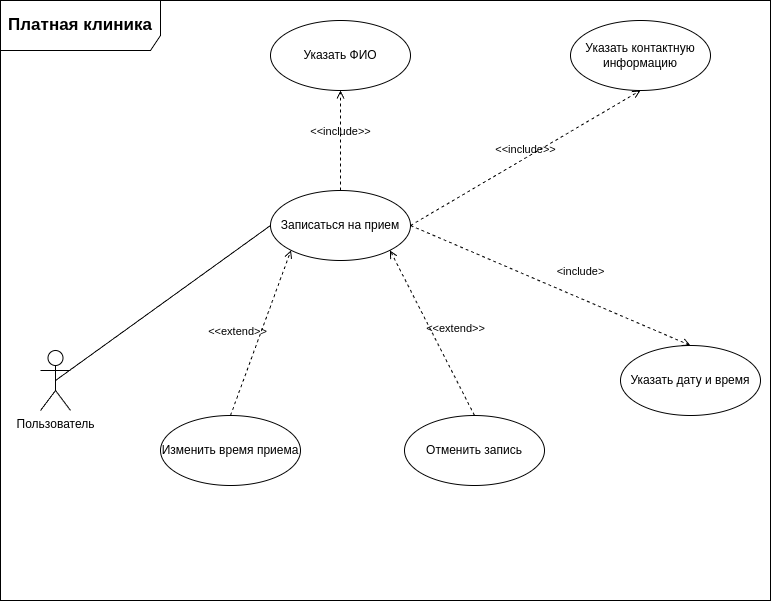
Above: lab3/paid_clinic.png in nedeadinside/oaoaoaoaoaoaoaoa (draw.io), before the change. Source tidied: cells renumbered, new cells last; positions are measured from the earlier drawing's top-left corner, leaving out a move shared by most shapes.
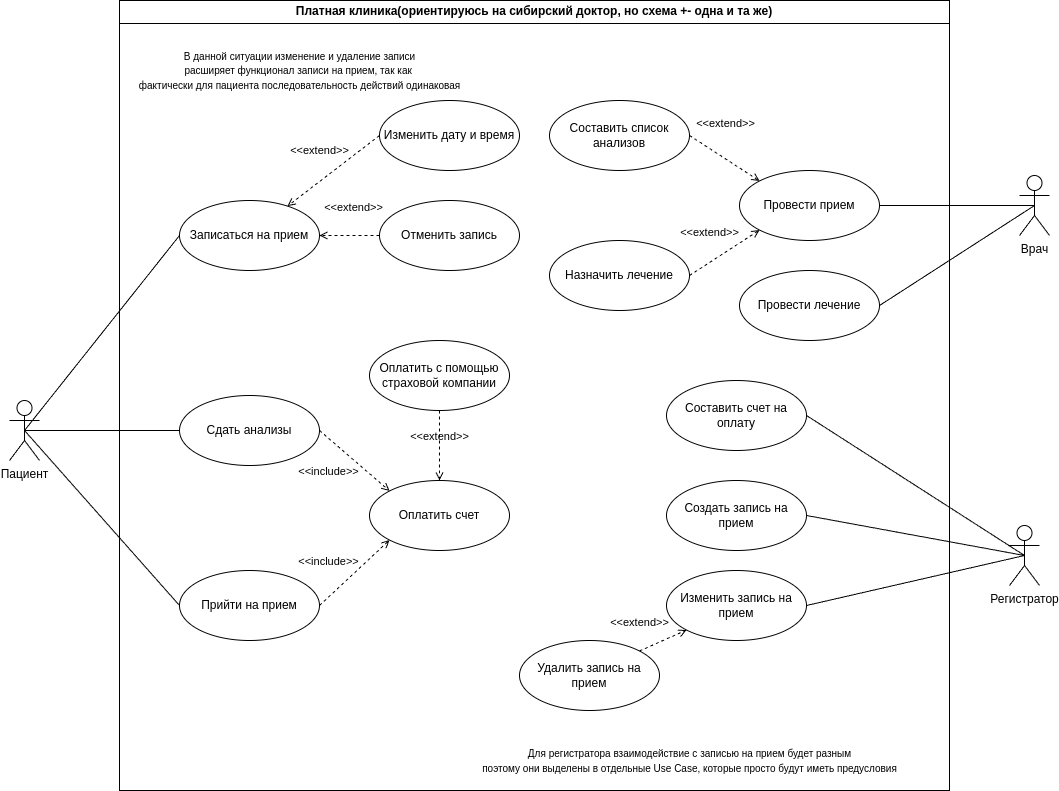
After the commit.

The edit, as a diff of the source:
```diff
@@ -2,50 +2,118 @@
   <root>
     <mxCell id="0" />
     <mxCell id="1" parent="0" />
-    <mxCell id="2" style="rounded=0;jettySize=auto;html=1;exitX=0.5;exitY=0.5;exitDx=0;exitDy=0;exitPerimeter=0;entryX=0;entryY=0.5;entryDx=0;entryDy=0;endArrow=none;endFill=0;" parent="1" edge="1" source="3" target="6">
-      <mxGeometry relative="1" as="geometry" />
-    </mxCell>
-    <mxCell id="3" value="Пользователь" style="shape=umlActor;verticalLabelPosition=bottom;verticalAlign=top;html=1;" parent="1" vertex="1">
-      <mxGeometry x="40" y="350" width="30" height="60" as="geometry" />
-    </mxCell>
-    <mxCell id="4" value="Изменить время приема" style="ellipse;whiteSpace=wrap;html=1;" parent="1" vertex="1">
-      <mxGeometry x="160" y="415" width="140" height="70" as="geometry" />
-    </mxCell>
+    <mxCell id="17" style="rounded=0;jettySize=auto;html=1;exitX=0.5;exitY=0.5;exitDx=0;exitDy=0;exitPerimeter=0;entryX=0;entryY=0.5;entryDx=0;entryDy=0;endArrow=none;endFill=0;" parent="1" edge="1" source="20" target="6">
+      <mxGeometry relative="1" as="geometry" />
+    </mxCell>
+    <mxCell id="18" style="rounded=0;jettySize=auto;html=1;exitX=0.5;exitY=0.5;exitDx=0;exitDy=0;exitPerimeter=0;entryX=0;entryY=0.5;entryDx=0;entryDy=0;endArrow=none;endFill=0;" parent="1" edge="1" source="20" target="28">
+      <mxGeometry relative="1" as="geometry" />
+    </mxCell>
+    <mxCell id="19" style="rounded=0;jettySize=auto;html=1;exitX=0.5;exitY=0.5;exitDx=0;exitDy=0;exitPerimeter=0;entryX=0;entryY=0.5;entryDx=0;entryDy=0;endArrow=none;endFill=0;" parent="1" edge="1" source="20" target="29">
+      <mxGeometry relative="1" as="geometry" />
+    </mxCell>
+    <mxCell id="20" value="Пациент" style="shape=umlActor;verticalLabelPosition=bottom;verticalAlign=top;html=1;" parent="1" vertex="1">
+      <mxGeometry x="20" y="490" width="30" height="60" as="geometry" />
+    </mxCell>
+    <mxCell id="21" style="rounded=0;jettySize=auto;html=1;exitX=0.5;exitY=0.5;exitDx=0;exitDy=0;exitPerimeter=0;entryX=1;entryY=0.5;entryDx=0;entryDy=0;endArrow=none;endFill=0;" parent="1" edge="1" source="24" target="46">
+      <mxGeometry relative="1" as="geometry" />
+    </mxCell>
+    <mxCell id="22" style="rounded=0;jettySize=auto;html=1;exitX=0.5;exitY=0.5;exitDx=0;exitDy=0;exitPerimeter=0;entryX=1;entryY=0.5;entryDx=0;entryDy=0;endArrow=none;endFill=0;" parent="1" edge="1" source="24" target="47">
+      <mxGeometry relative="1" as="geometry" />
+    </mxCell>
+    <mxCell id="23" style="rounded=0;jettySize=auto;html=1;exitX=0.5;exitY=0.5;exitDx=0;exitDy=0;exitPerimeter=0;entryX=1;entryY=0.5;entryDx=0;entryDy=0;endArrow=none;endFill=0;" parent="1" edge="1" source="24" target="50">
+      <mxGeometry relative="1" as="geometry" />
+    </mxCell>
+    <mxCell id="24" value="Регистратор" style="shape=umlActor;verticalLabelPosition=bottom;verticalAlign=top;html=1;" parent="1" vertex="1">
+      <mxGeometry x="1020" y="615" width="30" height="60" as="geometry" />
+    </mxCell>
+    <mxCell id="25" style="rounded=0;jettySize=auto;html=1;exitX=0.5;exitY=0.5;exitDx=0;exitDy=0;exitPerimeter=0;entryX=1;entryY=0.5;entryDx=0;entryDy=0;endArrow=none;endFill=0;" parent="1" edge="1" source="27" target="44">
+      <mxGeometry relative="1" as="geometry" />
+    </mxCell>
+    <mxCell id="26" style="rounded=0;jettySize=auto;html=1;exitX=0.5;exitY=0.5;exitDx=0;exitDy=0;exitPerimeter=0;entryX=1;entryY=0.5;entryDx=0;entryDy=0;endArrow=none;endFill=0;" parent="1" edge="1" source="27" target="41">
+      <mxGeometry relative="1" as="geometry" />
+    </mxCell>
+    <mxCell id="27" value="Врач" style="shape=umlActor;verticalLabelPosition=bottom;verticalAlign=top;html=1;" parent="1" vertex="1">
+      <mxGeometry x="1030" y="265" width="30" height="60" as="geometry" />
+    </mxCell>
+    <mxCell id="6" value="Записаться на прием" style="ellipse;whiteSpace=wrap;html=1;" parent="1" vertex="1">
+      <mxGeometry x="190" y="290" width="140" height="70" as="geometry" />
+    </mxCell>
+    <mxCell id="28" value="Сдать анализы" style="ellipse;whiteSpace=wrap;html=1;" parent="1" vertex="1">
+      <mxGeometry x="190" y="485" width="140" height="70" as="geometry" />
+    </mxCell>
+    <mxCell id="29" value="Прийти на прием" style="ellipse;whiteSpace=wrap;html=1;" parent="1" vertex="1">
+      <mxGeometry x="190" y="660" width="140" height="70" as="geometry" />
+    </mxCell>
+    <mxCell id="30" value="Изменить дату и время" style="ellipse;whiteSpace=wrap;html=1;" parent="1" vertex="1">
+      <mxGeometry x="390" y="190" width="140" height="70" as="geometry" />
+    </mxCell>
     <mxCell id="5" value="Отменить запись" style="ellipse;whiteSpace=wrap;html=1;" parent="1" vertex="1">
-      <mxGeometry x="404" y="415" width="140" height="70" as="geometry" />
+      <mxGeometry x="390" y="290" width="140" height="70" as="geometry" />
     </mxCell>
-    <mxCell id="6" value="Записаться на прием" style="ellipse;whiteSpace=wrap;html=1;" parent="1" vertex="1">
-      <mxGeometry x="270" y="190" width="140" height="70" as="geometry" />
-    </mxCell>
-    <mxCell id="7" value="Указать дату и время" style="ellipse;whiteSpace=wrap;html=1;" parent="1" vertex="1">
-      <mxGeometry x="620" y="345" width="140" height="70" as="geometry" />
-    </mxCell>
-    <mxCell id="8" value="Указать контактную информацию" style="ellipse;whiteSpace=wrap;html=1;" parent="1" vertex="1">
-      <mxGeometry x="570" y="20" width="140" height="70" as="geometry" />
-    </mxCell>
-    <mxCell id="9" value="Указать ФИО" style="ellipse;whiteSpace=wrap;html=1;" parent="1" vertex="1">
-      <mxGeometry x="270" y="20" width="140" height="70" as="geometry" />
-    </mxCell>
-    <mxCell id="10" value="&amp;lt;&amp;lt;include&amp;gt;&amp;gt;" style="html=1;verticalAlign=bottom;labelBackgroundColor=none;endArrow=open;endFill=0;dashed=1;rounded=0;exitX=0.5;exitY=0;exitDx=0;exitDy=0;entryX=0.5;entryY=1;entryDx=0;entryDy=0;" parent="1" edge="1" source="6" target="9">
-      <mxGeometry relative="1" as="geometry" />
-    </mxCell>
-    <mxCell id="11" value="&amp;lt;&amp;lt;include&amp;gt;&amp;gt;" style="html=1;verticalAlign=bottom;labelBackgroundColor=none;endArrow=open;endFill=0;dashed=1;rounded=0;exitX=1;exitY=0.5;exitDx=0;exitDy=0;entryX=0.5;entryY=1;entryDx=0;entryDy=0;" parent="1" edge="1" source="6" target="8">
-      <mxGeometry relative="1" as="geometry" />
-    </mxCell>
-    <mxCell id="12" value="&amp;lt;include&amp;gt;" style="html=1;verticalAlign=bottom;labelBackgroundColor=none;endArrow=open;endFill=0;dashed=1;rounded=0;exitX=1;exitY=0.5;exitDx=0;exitDy=0;entryX=0.5;entryY=0;entryDx=0;entryDy=0;" parent="1" edge="1" source="6" target="7">
-      <mxGeometry x="0.17" y="16" relative="1" as="geometry" />
-    </mxCell>
-    <mxCell id="13" style="edgeStyle=orthogonalEdgeStyle;rounded=0;orthogonalLoop=1;jettySize=auto;html=1;exitX=0.5;exitY=1;exitDx=0;exitDy=0;" parent="1" edge="1" source="5" target="5">
-      <mxGeometry relative="1" as="geometry" />
-    </mxCell>
-    <mxCell id="14" value="&amp;lt;&amp;lt;extend&amp;gt;&amp;gt;" style="html=1;verticalAlign=bottom;labelBackgroundColor=none;endArrow=open;endFill=0;dashed=1;rounded=0;exitX=0.5;exitY=0;exitDx=0;exitDy=0;entryX=0;entryY=1;entryDx=0;entryDy=0;" parent="1" edge="1" source="4" target="6">
-      <mxGeometry x="-0.17" y="19" relative="1" as="geometry" />
-    </mxCell>
+    <mxCell id="31" value="&amp;lt;&amp;lt;extend&amp;gt;&amp;gt;" style="html=1;verticalAlign=bottom;labelBackgroundColor=none;endArrow=open;endFill=0;dashed=1;rounded=0;exitX=0;exitY=0.5;exitDx=0;exitDy=0;" parent="1" edge="1" source="30" target="6">
+      <mxGeometry x="0.08" y="-17" relative="1" as="geometry" />
+    </mxCell>
-    <mxCell id="15" value="&amp;lt;&amp;lt;extend&amp;gt;&amp;gt;" style="html=1;verticalAlign=bottom;labelBackgroundColor=none;endArrow=open;endFill=0;dashed=1;rounded=0;exitX=0.5;exitY=0;exitDx=0;exitDy=0;entryX=1;entryY=1;entryDx=0;entryDy=0;" parent="1" edge="1" source="5" target="6">
-      <mxGeometry x="-0.16" y="-18" relative="1" as="geometry" />
+    <mxCell id="15" value="&amp;lt;&amp;lt;extend&amp;gt;&amp;gt;" style="html=1;verticalAlign=bottom;labelBackgroundColor=none;endArrow=open;endFill=0;dashed=1;rounded=0;exitX=0;exitY=0.5;exitDx=0;exitDy=0;entryX=1;entryY=0.5;entryDx=0;entryDy=0;" parent="1" edge="1" source="5" target="6">
+      <mxGeometry x="-0.15" y="-19" relative="1" as="geometry" />
     </mxCell>
-    <mxCell id="16" value="&lt;font style=&quot;font-size: 17px;&quot;&gt;&lt;b&gt;Платная клиника&lt;/b&gt;&lt;/font&gt;" style="shape=umlFrame;whiteSpace=wrap;html=1;width=160;height=50;" parent="1" vertex="1">
-      <mxGeometry width="770" height="600" as="geometry" />
-    </mxCell>
+    <mxCell id="32" value="Оплатить счет" style="ellipse;whiteSpace=wrap;html=1;" parent="1" vertex="1">
+      <mxGeometry x="380" y="570" width="140" height="70" as="geometry" />
+    </mxCell>
+    <mxCell id="33" value="&amp;lt;&amp;lt;include&amp;gt;&amp;gt;" style="html=1;verticalAlign=bottom;labelBackgroundColor=none;endArrow=open;endFill=0;dashed=1;rounded=0;entryX=0;entryY=0;entryDx=0;entryDy=0;exitX=1;exitY=0.5;exitDx=0;exitDy=0;" parent="1" edge="1" source="28" target="32">
+      <mxGeometry x="-0.14" y="-32" relative="1" as="geometry" />
+    </mxCell>
+    <mxCell id="34" value="&amp;lt;&amp;lt;include&amp;gt;&amp;gt;" style="html=1;verticalAlign=bottom;labelBackgroundColor=none;endArrow=open;endFill=0;dashed=1;rounded=0;entryX=0;entryY=1;entryDx=0;entryDy=0;exitX=1;exitY=0.5;exitDx=0;exitDy=0;" parent="1" edge="1" source="29" target="32">
+      <mxGeometry x="-0.35" y="19" relative="1" as="geometry" />
+    </mxCell>
+    <mxCell id="35" value="Оплатить с помощью страховой компании" style="ellipse;whiteSpace=wrap;html=1;" parent="1" vertex="1">
+      <mxGeometry x="380" y="430" width="140" height="70" as="geometry" />
+    </mxCell>
+    <mxCell id="36" value="&amp;lt;&amp;lt;extend&amp;gt;&amp;gt;" style="html=1;verticalAlign=bottom;labelBackgroundColor=none;endArrow=open;endFill=0;dashed=1;rounded=0;exitX=0.5;exitY=1;exitDx=0;exitDy=0;entryX=0.5;entryY=0;entryDx=0;entryDy=0;" parent="1" edge="1" source="35" target="32">
+      <mxGeometry relative="1" as="geometry" />
+    </mxCell>
+    <mxCell id="37" value="Платная клиника(ориентируюсь на сибирский доктор, но схема +- одна и та же)" style="swimlane;whiteSpace=wrap;html=1;" parent="1" vertex="1">
+      <mxGeometry x="130" y="90" width="830" height="790" as="geometry" />
+    </mxCell>
+    <mxCell id="38" value="&lt;font style=&quot;font-size: 10px;&quot;&gt;Для регистратора взаимодействие с записью на прием будет разным&lt;br&gt;поэтому они выделены в отдельные Use Case, которые просто будут иметь предусловия&lt;/font&gt;" style="text;html=1;align=center;verticalAlign=middle;strokeColor=none;fillColor=none;" parent="37" vertex="1">
+      <mxGeometry x="350" y="740" width="440" height="40" as="geometry" />
+    </mxCell>
+    <mxCell id="39" value="Составить список анализов" style="ellipse;whiteSpace=wrap;html=1;" parent="37" vertex="1">
+      <mxGeometry x="430" y="100" width="140" height="70" as="geometry" />
+    </mxCell>
+    <mxCell id="40" value="Назначить лечение" style="ellipse;whiteSpace=wrap;html=1;" parent="37" vertex="1">
+      <mxGeometry x="430" y="240" width="140" height="70" as="geometry" />
+    </mxCell>
+    <mxCell id="41" value="Провести прием" style="ellipse;whiteSpace=wrap;html=1;" parent="37" vertex="1">
+      <mxGeometry x="620" y="170" width="140" height="70" as="geometry" />
+    </mxCell>
+    <mxCell id="42" value="&amp;lt;&amp;lt;extend&amp;gt;&amp;gt;" style="html=1;verticalAlign=bottom;labelBackgroundColor=none;endArrow=open;endFill=0;dashed=1;rounded=0;exitX=1;exitY=0.5;exitDx=0;exitDy=0;entryX=0;entryY=0;entryDx=0;entryDy=0;" parent="37" edge="1" source="39" target="41">
+      <mxGeometry x="-0.34" y="22" relative="1" as="geometry" />
+    </mxCell>
+    <mxCell id="43" value="&amp;lt;&amp;lt;extend&amp;gt;&amp;gt;" style="html=1;verticalAlign=bottom;labelBackgroundColor=none;endArrow=open;endFill=0;dashed=1;rounded=0;exitX=1;exitY=0.5;exitDx=0;exitDy=0;entryX=0;entryY=1;entryDx=0;entryDy=0;" parent="37" edge="1" source="40" target="41">
+      <mxGeometry x="-0.16" y="18" relative="1" as="geometry" />
+    </mxCell>
+    <mxCell id="44" value="Провести лечение" style="ellipse;whiteSpace=wrap;html=1;" parent="37" vertex="1">
+      <mxGeometry x="620" y="270" width="140" height="70" as="geometry" />
+    </mxCell>
+    <mxCell id="45" value="&lt;font style=&quot;font-size: 10px;&quot;&gt;В данной ситуации изменение и удаление записи&lt;br&gt;расширяет функционал записи на прием, так как&amp;nbsp;&lt;br&gt;фактически для пациента последовательность действий одинаковая&lt;/font&gt;" style="text;html=1;align=center;verticalAlign=middle;strokeColor=none;fillColor=none;" parent="37" vertex="1">
+      <mxGeometry x="10" y="40" width="340" height="60" as="geometry" />
+    </mxCell>
+    <mxCell id="46" value="Создать запись на прием" style="ellipse;whiteSpace=wrap;html=1;" parent="37" vertex="1">
+      <mxGeometry x="547" y="480" width="140" height="70" as="geometry" />
+    </mxCell>
+    <mxCell id="47" value="Изменить запись на прием" style="ellipse;whiteSpace=wrap;html=1;" parent="37" vertex="1">
+      <mxGeometry x="547" y="570" width="140" height="70" as="geometry" />
+    </mxCell>
+    <mxCell id="48" value="Удалить запись на прием" style="ellipse;whiteSpace=wrap;html=1;" parent="37" vertex="1">
+      <mxGeometry x="400" y="640" width="140" height="70" as="geometry" />
+    </mxCell>
+    <mxCell id="49" value="&amp;lt;&amp;lt;extend&amp;gt;&amp;gt;" style="html=1;verticalAlign=bottom;labelBackgroundColor=none;endArrow=open;endFill=0;dashed=1;rounded=0;exitX=1;exitY=0;exitDx=0;exitDy=0;entryX=0;entryY=1;entryDx=0;entryDy=0;" parent="37" edge="1" source="48" target="47">
+      <mxGeometry x="-0.67" y="19" relative="1" as="geometry">
+        <mxPoint y="1" as="offset" />
+      </mxGeometry>
+    </mxCell>
+    <mxCell id="50" value="Составить счет на оплату" style="ellipse;whiteSpace=wrap;html=1;" parent="37" vertex="1">
+      <mxGeometry x="547" y="380" width="140" height="70" as="geometry" />
+    </mxCell>
   </root>
 </mxGraphModel>
```
